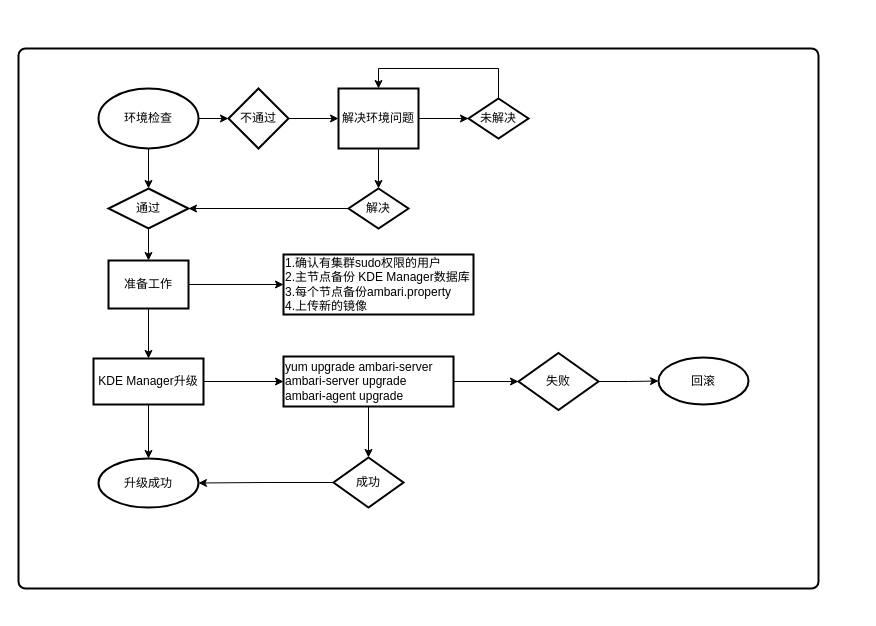
Earlier version of the draw.io diagram Untitled Diagram.drawio (vitilewis/KDE). Source tidied: cells renumbered, new cells numbered last; positions are measured from the earlier drawing's top-left corner, leaving out a move shared by most shapes. Both pictures are drawn from the tidied source at 100%, with x=0, y=0 at pixel (18, 48).
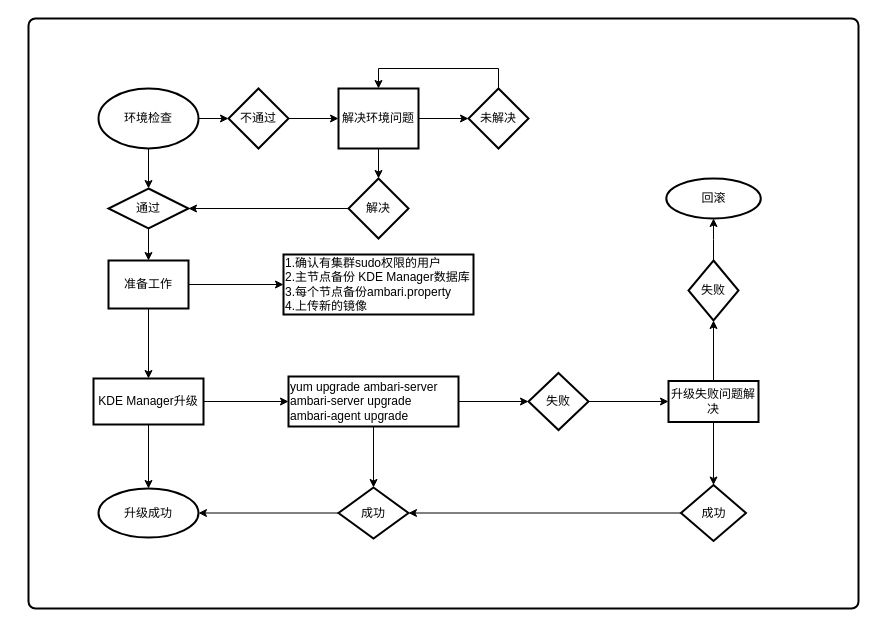
Above is the later version.

Commit message:
KDE Manager upgrade流程.drawio

The edit, as a diff of the source:
```diff
@@
     <mxCell id="2" style="rounded=1;whiteSpace=wrap;html=1;absoluteArcSize=1;arcSize=14;strokeWidth=2;" parent="1" vertex="1">
-      <mxGeometry width="800" height="540" as="geometry" />
+      <mxGeometry x="10" y="-30" width="830" height="590" as="geometry" />
     </mxCell>
@@
     <mxCell id="17" value="解决" style="rhombus;whiteSpace=wrap;html=1;strokeWidth=2;" parent="1" vertex="1">
-      <mxGeometry x="330" y="140" width="60" height="40" as="geometry" />
+      <mxGeometry x="330" y="130" width="60" height="60" as="geometry" />
     </mxCell>
@@
     <mxCell id="19" value="未解决" style="rhombus;whiteSpace=wrap;html=1;strokeWidth=2;" parent="1" vertex="1">
-      <mxGeometry x="450" y="50" width="60" height="40" as="geometry" />
+      <mxGeometry x="450" y="40" width="60" height="60" as="geometry" />
     </mxCell>
@@
     <mxCell id="23" value="KDE Manager升级" style="whiteSpace=wrap;html=1;strokeWidth=2;" parent="1" vertex="1">
-      <mxGeometry x="75" y="310" width="110" height="46" as="geometry" />
+      <mxGeometry x="75" y="330" width="110" height="46" as="geometry" />
     </mxCell>
@@
     <mxCell id="26" value="yum upgrade ambari-server&amp;nbsp;&lt;br&gt;ambari-server upgrade&lt;br&gt;ambari-agent upgrade" style="whiteSpace=wrap;html=1;strokeWidth=2;align=left;" parent="1" vertex="1">
-      <mxGeometry x="265" y="308" width="170" height="50" as="geometry" />
+      <mxGeometry x="270" y="328" width="170" height="50" as="geometry" />
     </mxCell>
-    <mxCell id="27" style="edgeStyle=orthogonalEdgeStyle;rounded=0;jettySize=auto;html=1;" parent="1" edge="1" source="28" target="32">
-      <mxGeometry relative="1" as="geometry" />
-    </mxCell>
+    <mxCell id="33" style="edgeStyle=orthogonalEdgeStyle;rounded=0;jettySize=auto;html=1;" parent="1" edge="1" source="28" target="36">
+      <mxGeometry relative="1" as="geometry" />
+    </mxCell>
     <mxCell id="28" value="失败" style="rhombus;whiteSpace=wrap;html=1;align=center;strokeWidth=2;" parent="1" vertex="1">
-      <mxGeometry x="500" y="304.5" width="80" height="57" as="geometry" />
+      <mxGeometry x="510" y="324.5" width="60" height="57" as="geometry" />
     </mxCell>
@@
     <mxCell id="30" value="成功" style="rhombus;whiteSpace=wrap;html=1;align=center;strokeWidth=2;" parent="1" vertex="1">
-      <mxGeometry x="315" y="409" width="70" height="50" as="geometry" />
+      <mxGeometry x="320" y="439" width="70" height="51" as="geometry" />
     </mxCell>
     <mxCell id="31" value="升级成功" style="ellipse;whiteSpace=wrap;html=1;strokeWidth=2;" parent="1" vertex="1">
-      <mxGeometry x="80" y="410" width="100" height="49" as="geometry" />
+      <mxGeometry x="80" y="440" width="100" height="49" as="geometry" />
     </mxCell>
+    <mxCell id="34" style="edgeStyle=orthogonalEdgeStyle;rounded=0;jettySize=auto;html=1;" parent="1" edge="1" source="36" target="38">
+      <mxGeometry relative="1" as="geometry" />
+    </mxCell>
+    <mxCell id="35" style="edgeStyle=orthogonalEdgeStyle;rounded=0;jettySize=auto;html=1;" parent="1" edge="1" source="36" target="40">
+      <mxGeometry relative="1" as="geometry" />
+    </mxCell>
+    <mxCell id="36" value="升级失败问题解决" style="whiteSpace=wrap;html=1;strokeWidth=2;" parent="1" vertex="1">
+      <mxGeometry x="650" y="332.5" width="90" height="41" as="geometry" />
+    </mxCell>
+    <mxCell id="37" style="edgeStyle=orthogonalEdgeStyle;rounded=0;jettySize=auto;html=1;entryX=1;entryY=0.5;entryDx=0;entryDy=0;" parent="1" edge="1" source="38" target="30">
+      <mxGeometry relative="1" as="geometry" />
+    </mxCell>
+    <mxCell id="38" value="成功" style="rhombus;whiteSpace=wrap;html=1;strokeWidth=2;" parent="1" vertex="1">
+      <mxGeometry x="662.5" y="436.5" width="65" height="56" as="geometry" />
+    </mxCell>
+    <mxCell id="39" style="edgeStyle=orthogonalEdgeStyle;rounded=0;jettySize=auto;html=1;" parent="1" edge="1" source="40" target="32">
+      <mxGeometry relative="1" as="geometry" />
+    </mxCell>
+    <mxCell id="40" value="失败" style="rhombus;whiteSpace=wrap;html=1;strokeWidth=2;" parent="1" vertex="1">
+      <mxGeometry x="670" y="212" width="50" height="60" as="geometry" />
+    </mxCell>
     <mxCell id="32" value="回滚" style="ellipse;whiteSpace=wrap;html=1;strokeWidth=2;" parent="1" vertex="1">
-      <mxGeometry x="640" y="309" width="90" height="47" as="geometry" />
+      <mxGeometry x="647.8" y="130" width="94.5" height="40" as="geometry" />
     </mxCell>
```
